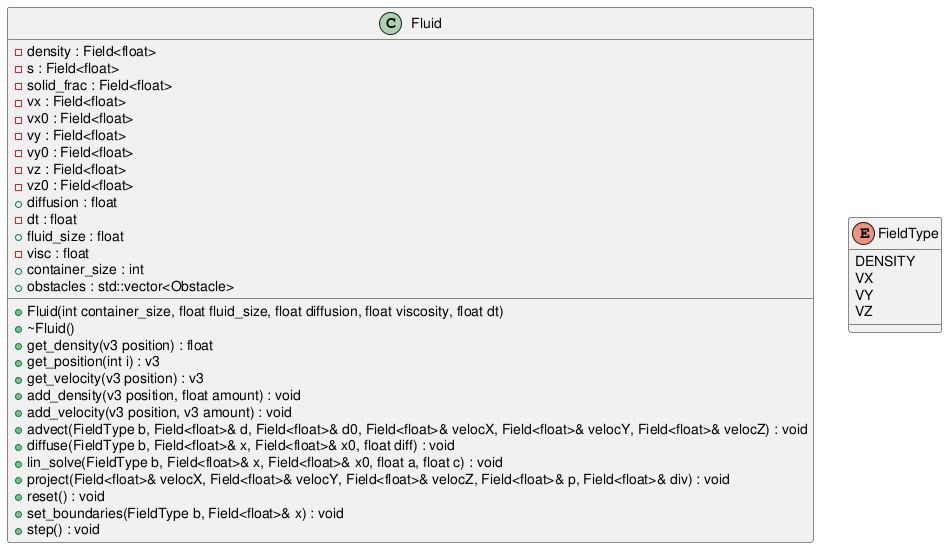
The PlantUML diagram thesis/resources/Fluid.png in dtasada/paper, before a commit.
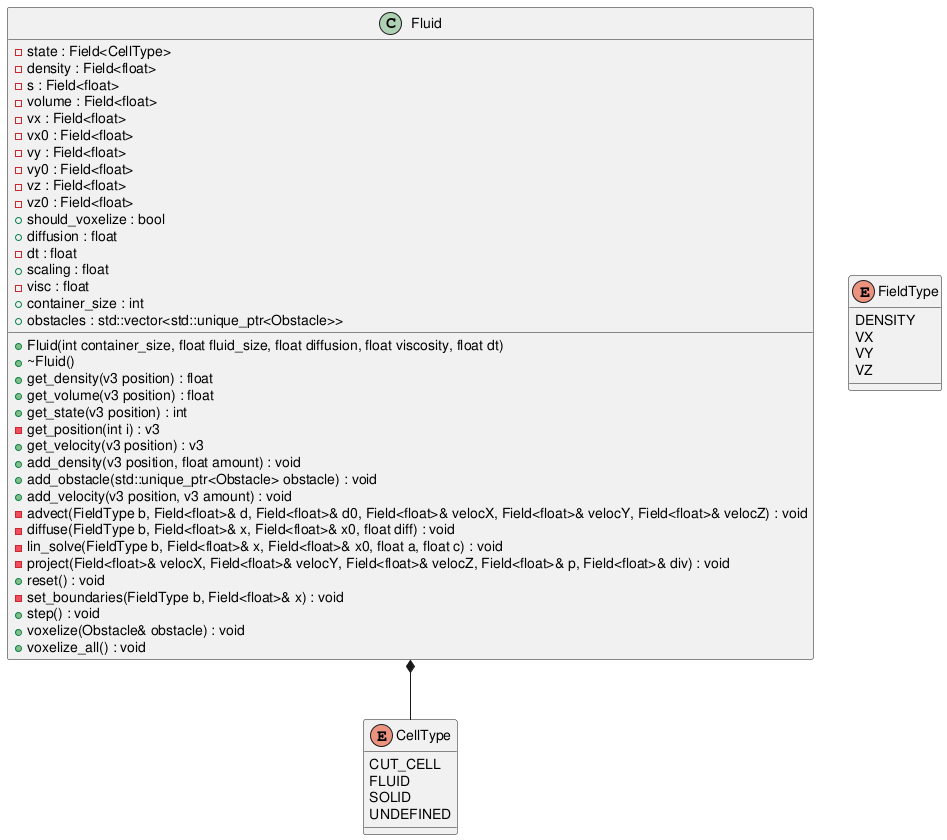
Later version of the same file.

Diff of the diagram source:
```diff
@@ -8,33 +8,48 @@
 class Fluid {
 	+Fluid(int container_size, float fluid_size, float diffusion, float viscosity, float dt)
 	+~Fluid()
+	-state : Field<CellType>
 	-density : Field<float>
 	-s : Field<float>
-	-solid_frac : Field<float>
+	-volume : Field<float>
 	-vx : Field<float>
 	-vx0 : Field<float>
 	-vy : Field<float>
 	-vy0 : Field<float>
 	-vz : Field<float>
 	-vz0 : Field<float>
+	+should_voxelize : bool
 	+diffusion : float
 	-dt : float
-	+fluid_size : float
 	+get_density(v3 position) : float
+	+get_volume(v3 position) : float
+	+scaling : float
 	-visc : float
 	+container_size : int
-	+obstacles : std::vector<Obstacle>
-	+get_position(int i) : v3
+	+get_state(v3 position) : int
+	+obstacles : std::vector<std::unique_ptr<Obstacle>>
+	-get_position(int i) : v3
 	+get_velocity(v3 position) : v3
 	+add_density(v3 position, float amount) : void
+	+add_obstacle(std::unique_ptr<Obstacle> obstacle) : void
 	+add_velocity(v3 position, v3 amount) : void
-	+advect(FieldType b, Field<float>& d, Field<float>& d0, Field<float>& velocX, Field<float>& velocY, Field<float>& velocZ) : void
-	+diffuse(FieldType b, Field<float>& x, Field<float>& x0, float diff) : void
-	+lin_solve(FieldType b, Field<float>& x, Field<float>& x0, float a, float c) : void
-	+project(Field<float>& velocX, Field<float>& velocY, Field<float>& velocZ, Field<float>& p, Field<float>& div) : void
+	-advect(FieldType b, Field<float>& d, Field<float>& d0, Field<float>& velocX, Field<float>& velocY, Field<float>& velocZ) : void
+	-diffuse(FieldType b, Field<float>& x, Field<float>& x0, float diff) : void
+	-lin_solve(FieldType b, Field<float>& x, Field<float>& x0, float a, float c) : void
+	-project(Field<float>& velocX, Field<float>& velocY, Field<float>& velocZ, Field<float>& p, Field<float>& div) : void
 	+reset() : void
-	+set_boundaries(FieldType b, Field<float>& x) : void
+	-set_boundaries(FieldType b, Field<float>& x) : void
 	+step() : void
+	+voxelize(Obstacle& obstacle) : void
+	+voxelize_all() : void
+}
+
+
+enum CellType {
+	CUT_CELL
+	FLUID
+	SOLID
+	UNDEFINED
 }
 
 
@@ -54,6 +69,9 @@
 
 
 
+Fluid *-- CellType
+
+
 
 
 
```
